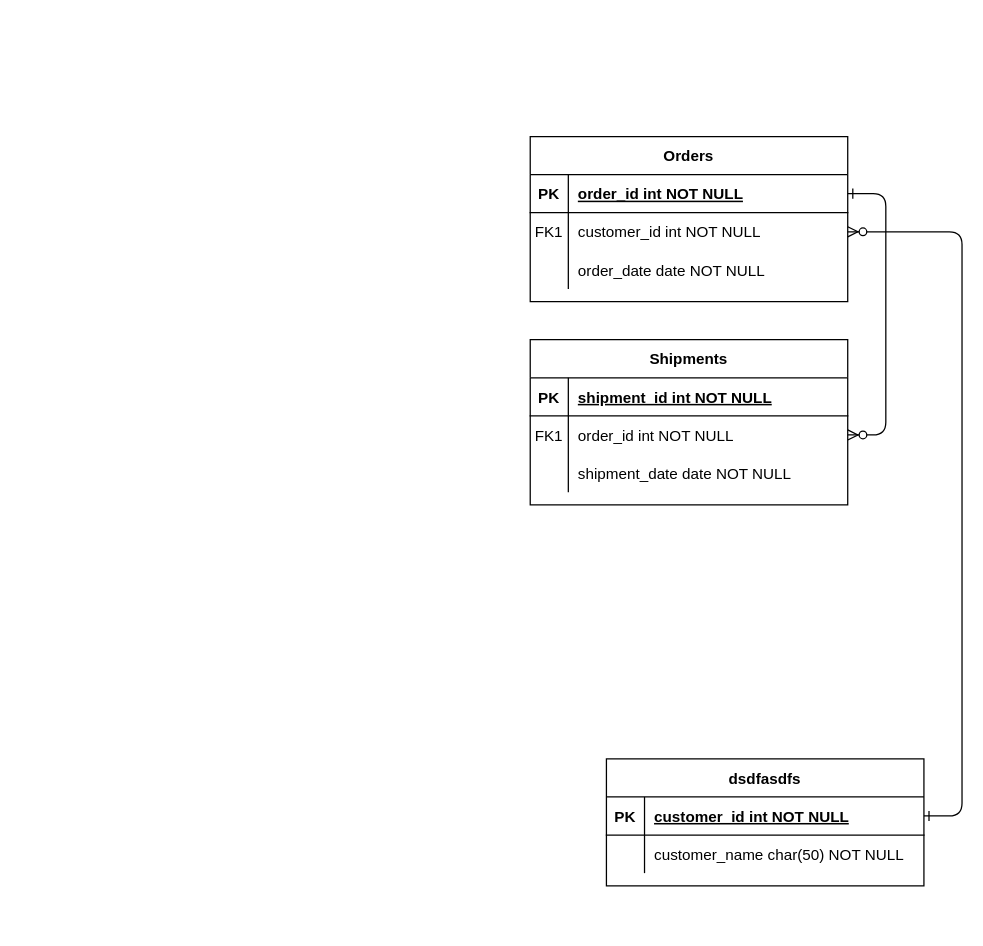
Earlier version of the draw.io diagram Untitled Diagram.drawio (ChristopherJPan/food-journey-1). Source tidied: cells renumbered, new cells numbered last; positions are measured from the earlier drawing's top-left corner, leaving out a move shared by most shapes. Both pictures are drawn from the tidied source at 127%, with x=0, y=0 at pixel (530, 136).
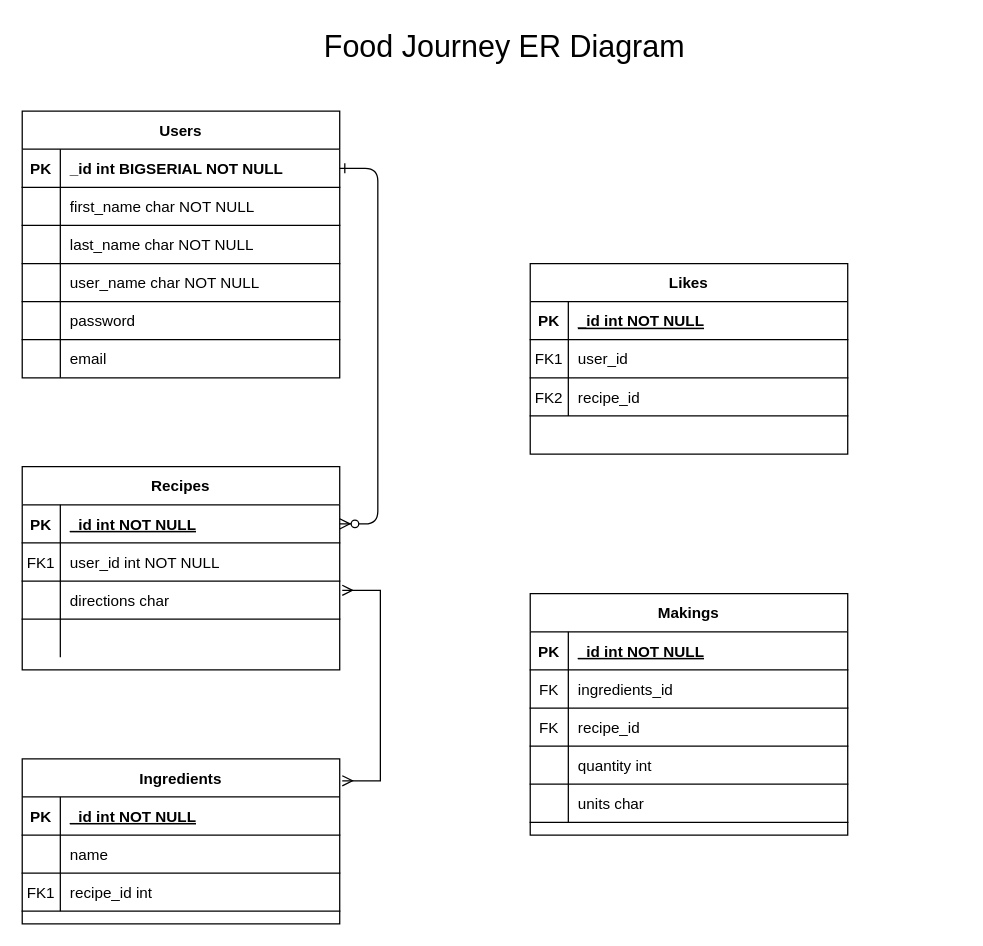
After the change.

Unchanged cells that the change refers to:
```xml
<mxCell id="5" style="shape=partialRectangle;fillColor=none;points=[[0,0.5],[1,0.5]];portConstraint=eastwest;top=0;left=0;right=0;bottom=1;" parent="4" vertex="1">
  <mxGeometry y="30" width="250" height="30" as="geometry" />
</mxCell>
<mxCell id="15" style="shape=partialRectangle;fillColor=none;top=0;left=0;right=0;bottom=1;" parent="14" vertex="1">
  <mxGeometry y="30" width="250" height="30" as="geometry" />
</mxCell>
<mxCell id="25" style="shape=partialRectangle;fillColor=none;points=[[0,0.5],[1,0.5]];portConstraint=eastwest;top=0;left=0;right=0;bottom=1;" parent="24" vertex="1">
  <mxGeometry y="30" width="250" height="30" as="geometry" />
</mxCell>
```

The edit, as a diff of the source:
```diff
@@
-    <mxCell id="2" style="edgeStyle=entityRelationEdgeStyle;endArrow=ERzeroToMany;startArrow=ERone;endFill=1;startFill=0;" parent="1" edge="1" source="25" target="8">
+    <mxCell id="2" style="edgeStyle=entityRelationEdgeStyle;endArrow=ERzeroToMany;startArrow=ERone;endFill=1;startFill=0;" parent="1" edge="1" source="25" target="5">
       <mxGeometry relative="1" as="geometry" />
     </mxCell>
-    <mxCell id="3" style="edgeStyle=entityRelationEdgeStyle;endArrow=ERzeroToMany;startArrow=ERone;endFill=1;startFill=0;" parent="1" edge="1" source="5" target="18">
-      <mxGeometry relative="1" as="geometry" />
-    </mxCell>
-    <mxCell id="4" value="Orders" style="shape=table;startSize=30;childLayout=tableLayout;rowLines=0;fontStyle=1;align=center;" parent="1" vertex="1">
-      <mxGeometry width="250" height="130" as="geometry" />
+    <mxCell id="4" value="Recipes" style="shape=table;startSize=30;childLayout=tableLayout;rowLines=0;fontStyle=1;align=center;" parent="1" vertex="1">
+      <mxGeometry x="-400" y="260" width="250" height="160" as="geometry" />
     </mxCell>
@@
-    <mxCell id="7" value="order_id int NOT NULL " style="shape=partialRectangle;overflow=hidden;fillColor=none;top=0;left=0;bottom=0;right=0;align=left;spacingLeft=6;fontStyle=5;" parent="5" vertex="1">
+    <mxCell id="7" value="_id int NOT NULL " style="shape=partialRectangle;overflow=hidden;fillColor=none;top=0;left=0;bottom=0;right=0;align=left;spacingLeft=6;fontStyle=5;" parent="5" vertex="1">
       <mxGeometry x="30" width="220" height="30" as="geometry" />
     </mxCell>
+    <mxCell id="31" style="shape=partialRectangle;fillColor=none;top=0;left=0;right=0;bottom=1;" parent="4" vertex="1">
+      <mxGeometry y="60" width="250" height="30" as="geometry" />
+    </mxCell>
+    <mxCell id="32" value="FK1" style="shape=partialRectangle;overflow=hidden;fillColor=none;top=0;left=0;bottom=0;right=0;fontStyle=0;" parent="31" vertex="1">
+      <mxGeometry width="30" height="30" as="geometry" />
+    </mxCell>
+    <mxCell id="33" value="user_id int NOT NULL" style="shape=partialRectangle;overflow=hidden;fillColor=none;top=0;left=0;bottom=0;right=0;align=left;spacingLeft=6;fontStyle=0;" parent="31" vertex="1">
+      <mxGeometry x="30" width="220" height="30" as="geometry" />
+    </mxCell>
+    <mxCell id="34" style="shape=partialRectangle;fillColor=none;points=[[0,0.5],[1,0.5]];portConstraint=eastwest;top=0;left=0;right=0;bottom=1;" parent="4" vertex="1">
+      <mxGeometry y="90" width="250" height="30" as="geometry" />
+    </mxCell>
+    <mxCell id="35" style="shape=partialRectangle;overflow=hidden;fillColor=none;top=0;left=0;bottom=0;right=0;fontStyle=1;" parent="34" vertex="1">
+      <mxGeometry width="30" height="30" as="geometry" />
+    </mxCell>
+    <mxCell id="36" value="directions char" style="shape=partialRectangle;overflow=hidden;fillColor=none;top=0;left=0;bottom=0;right=0;align=left;spacingLeft=6;fontStyle=0;" parent="34" vertex="1">
+      <mxGeometry x="30" width="220" height="30" as="geometry" />
+    </mxCell>
     <mxCell id="8" style="shape=partialRectangle;fillColor=none;points=[[0,0.5],[1,0.5]];portConstraint=eastwest;top=0;left=0;right=0;bottom=0;" parent="4" vertex="1">
-      <mxGeometry y="60" width="250" height="30" as="geometry" />
+      <mxGeometry y="120" width="250" height="30" as="geometry" />
     </mxCell>
-    <mxCell id="9" value="FK1" style="shape=partialRectangle;overflow=hidden;fillColor=none;top=0;left=0;bottom=0;right=0;" parent="8" vertex="1">
+    <mxCell id="9" style="shape=partialRectangle;overflow=hidden;fillColor=none;top=0;left=0;bottom=0;right=0;" parent="8" vertex="1">
       <mxGeometry width="30" height="30" as="geometry" />
     </mxCell>
-    <mxCell id="10" value="customer_id int NOT NULL" style="shape=partialRectangle;overflow=hidden;fillColor=none;top=0;left=0;bottom=0;right=0;align=left;spacingLeft=6;" parent="8" vertex="1">
+    <mxCell id="10" style="shape=partialRectangle;overflow=hidden;fillColor=none;top=0;left=0;bottom=0;right=0;align=left;spacingLeft=6;" parent="8" vertex="1">
       <mxGeometry x="30" width="220" height="30" as="geometry" />
     </mxCell>
-    <mxCell id="11" style="shape=partialRectangle;fillColor=none;top=0;left=0;right=0;bottom=0;" parent="4" vertex="1">
-      <mxGeometry y="90" width="250" height="30" as="geometry" />
-    </mxCell>
-    <mxCell id="12" style="shape=partialRectangle;overflow=hidden;fillColor=none;top=0;left=0;bottom=0;right=0;" parent="11" vertex="1">
-      <mxGeometry width="30" height="30" as="geometry" />
-    </mxCell>
-    <mxCell id="13" value="order_date date NOT NULL" style="shape=partialRectangle;overflow=hidden;fillColor=none;top=0;left=0;bottom=0;right=0;align=left;spacingLeft=6;" parent="11" vertex="1">
-      <mxGeometry x="30" width="220" height="30" as="geometry" />
-    </mxCell>
-    <mxCell id="14" value="Shipments" style="shape=table;startSize=30;childLayout=tableLayout;rowLines=0;fontStyle=1;align=center;" parent="1" vertex="1">
-      <mxGeometry y="160" width="250" height="130" as="geometry" />
+    <mxCell id="14" value="Ingredients" style="shape=table;startSize=30;childLayout=tableLayout;rowLines=0;fontStyle=1;align=center;" parent="1" vertex="1">
+      <mxGeometry x="-400" y="490" width="250" height="130" as="geometry" />
     </mxCell>
@@
-    <mxCell id="17" value="shipment_id int NOT NULL " style="shape=partialRectangle;overflow=hidden;fillColor=none;top=0;left=0;bottom=0;right=0;align=left;spacingLeft=6;fontStyle=5;" parent="15" vertex="1">
+    <mxCell id="17" value="_id int NOT NULL " style="shape=partialRectangle;overflow=hidden;fillColor=none;top=0;left=0;bottom=0;right=0;align=left;spacingLeft=6;fontStyle=5;" parent="15" vertex="1">
       <mxGeometry x="30" width="220" height="30" as="geometry" />
     </mxCell>
-    <mxCell id="18" style="shape=partialRectangle;fillColor=none;points=[[0,0.5],[1,0.5]];portConstraint=eastwest;top=0;left=0;right=0;bottom=0;" parent="14" vertex="1">
-      <mxGeometry y="60" width="250" height="30" as="geometry" />
-    </mxCell>
-    <mxCell id="19" value="FK1" style="shape=partialRectangle;overflow=hidden;fillColor=none;top=0;left=0;bottom=0;right=0;" parent="18" vertex="1">
-      <mxGeometry width="30" height="30" as="geometry" />
-    </mxCell>
-    <mxCell id="20" value="order_id int NOT NULL" style="shape=partialRectangle;overflow=hidden;fillColor=none;top=0;left=0;bottom=0;right=0;align=left;spacingLeft=6;" parent="18" vertex="1">
-      <mxGeometry x="30" width="220" height="30" as="geometry" />
-    </mxCell>
-    <mxCell id="21" style="shape=partialRectangle;fillColor=none;top=0;left=0;right=0;bottom=0;" parent="14" vertex="1">
-      <mxGeometry y="90" width="250" height="30" as="geometry" />
-    </mxCell>
-    <mxCell id="22" style="shape=partialRectangle;overflow=hidden;fillColor=none;top=0;left=0;bottom=0;right=0;" parent="21" vertex="1">
-      <mxGeometry width="30" height="30" as="geometry" />
-    </mxCell>
-    <mxCell id="23" value="shipment_date date NOT NULL" style="shape=partialRectangle;overflow=hidden;fillColor=none;top=0;left=0;bottom=0;right=0;align=left;spacingLeft=6;" parent="21" vertex="1">
-      <mxGeometry x="30" width="220" height="30" as="geometry" />
-    </mxCell>
+    <mxCell id="37" style="shape=partialRectangle;fillColor=none;top=0;left=0;right=0;bottom=1;fontStyle=1;" parent="14" vertex="1">
+      <mxGeometry y="60" width="250" height="30" as="geometry" />
+    </mxCell>
+    <mxCell id="38" style="shape=partialRectangle;overflow=hidden;fillColor=none;top=0;left=0;bottom=0;right=0;fontStyle=1;" parent="37" vertex="1">
+      <mxGeometry width="30" height="30" as="geometry" />
+    </mxCell>
+    <mxCell id="39" value="name" style="shape=partialRectangle;overflow=hidden;fillColor=none;top=0;left=0;bottom=0;right=0;align=left;spacingLeft=6;fontStyle=0;" parent="37" vertex="1">
+      <mxGeometry x="30" width="220" height="30" as="geometry" />
+    </mxCell>
+    <mxCell id="40" style="shape=partialRectangle;fillColor=none;top=0;left=0;right=0;bottom=1;" parent="14" vertex="1">
+      <mxGeometry y="90" width="250" height="30" as="geometry" />
+    </mxCell>
+    <mxCell id="41" value="FK1" style="shape=partialRectangle;overflow=hidden;fillColor=none;top=0;left=0;bottom=0;right=0;fontStyle=0;" parent="40" vertex="1">
+      <mxGeometry width="30" height="30" as="geometry" />
+    </mxCell>
+    <mxCell id="42" value="recipe_id int" style="shape=partialRectangle;overflow=hidden;fillColor=none;top=0;left=0;bottom=0;right=0;align=left;spacingLeft=6;fontStyle=0;" parent="40" vertex="1">
+      <mxGeometry x="30" width="220" height="30" as="geometry" />
+    </mxCell>
-    <mxCell id="24" value="dsdfasdfs" style="shape=table;startSize=30;childLayout=tableLayout;rowLines=0;fontStyle=1;align=center;" parent="1" vertex="1">
-      <mxGeometry x="60" y="490" width="250" height="100" as="geometry" />
+    <mxCell id="24" value="Users" style="shape=table;startSize=30;childLayout=tableLayout;rowLines=0;fontStyle=1;align=center;" parent="1" vertex="1">
+      <mxGeometry x="-400" y="-20" width="250" height="210" as="geometry" />
     </mxCell>
@@
-    <mxCell id="27" value="customer_id int NOT NULL " style="shape=partialRectangle;overflow=hidden;fillColor=none;top=0;left=0;bottom=0;right=0;align=left;spacingLeft=6;fontStyle=5;" parent="25" vertex="1">
+    <mxCell id="27" value="_id int BIGSERIAL NOT NULL" style="shape=partialRectangle;overflow=hidden;fillColor=none;top=0;left=0;bottom=0;right=0;align=left;spacingLeft=6;fontStyle=1;" parent="25" vertex="1">
       <mxGeometry x="30" width="220" height="30" as="geometry" />
     </mxCell>
+    <mxCell id="43" style="shape=partialRectangle;fillColor=none;top=0;left=0;right=0;bottom=1;" parent="24" vertex="1">
+      <mxGeometry y="60" width="250" height="30" as="geometry" />
+    </mxCell>
+    <mxCell id="44" style="shape=partialRectangle;overflow=hidden;fillColor=none;top=0;left=0;bottom=0;right=0;fontStyle=1;" parent="43" vertex="1">
+      <mxGeometry width="30" height="30" as="geometry" />
+    </mxCell>
+    <mxCell id="45" value="first_name char NOT NULL" style="shape=partialRectangle;overflow=hidden;fillColor=none;top=0;left=0;bottom=0;right=0;align=left;spacingLeft=6;fontStyle=0;" parent="43" vertex="1">
+      <mxGeometry x="30" width="220" height="30" as="geometry" />
+    </mxCell>
+    <mxCell id="46" style="shape=partialRectangle;fillColor=none;top=0;left=0;right=0;bottom=1;" parent="24" vertex="1">
+      <mxGeometry y="90" width="250" height="30" as="geometry" />
+    </mxCell>
+    <mxCell id="47" style="shape=partialRectangle;overflow=hidden;fillColor=none;top=0;left=0;bottom=0;right=0;fontStyle=1;" parent="46" vertex="1">
+      <mxGeometry width="30" height="30" as="geometry" />
+    </mxCell>
+    <mxCell id="48" value="last_name char NOT NULL" style="shape=partialRectangle;overflow=hidden;fillColor=none;top=0;left=0;bottom=0;right=0;align=left;spacingLeft=6;fontStyle=0;" parent="46" vertex="1">
+      <mxGeometry x="30" width="220" height="30" as="geometry" />
+    </mxCell>
+    <mxCell id="49" style="shape=partialRectangle;fillColor=none;top=0;left=0;right=0;bottom=1;" parent="24" vertex="1">
+      <mxGeometry y="120" width="250" height="30" as="geometry" />
+    </mxCell>
+    <mxCell id="50" style="shape=partialRectangle;overflow=hidden;fillColor=none;top=0;left=0;bottom=0;right=0;fontStyle=1;" parent="49" vertex="1">
+      <mxGeometry width="30" height="30" as="geometry" />
+    </mxCell>
+    <mxCell id="51" value="user_name char NOT NULL" style="shape=partialRectangle;overflow=hidden;fillColor=none;top=0;left=0;bottom=0;right=0;align=left;spacingLeft=6;fontStyle=0;" parent="49" vertex="1">
+      <mxGeometry x="30" width="220" height="30" as="geometry" />
+    </mxCell>
+    <mxCell id="52" style="shape=partialRectangle;fillColor=none;top=0;left=0;right=0;bottom=1;" parent="24" vertex="1">
+      <mxGeometry y="150" width="250" height="30" as="geometry" />
+    </mxCell>
+    <mxCell id="53" style="shape=partialRectangle;overflow=hidden;fillColor=none;top=0;left=0;bottom=0;right=0;fontStyle=1;" parent="52" vertex="1">
+      <mxGeometry width="30" height="30" as="geometry" />
+    </mxCell>
+    <mxCell id="54" value="password" style="shape=partialRectangle;overflow=hidden;fillColor=none;top=0;left=0;bottom=0;right=0;align=left;spacingLeft=6;fontStyle=0;" parent="52" vertex="1">
+      <mxGeometry x="30" width="220" height="30" as="geometry" />
+    </mxCell>
     <mxCell id="28" style="shape=partialRectangle;fillColor=none;top=0;left=0;right=0;bottom=0;" parent="24" vertex="1">
-      <mxGeometry y="60" width="250" height="30" as="geometry" />
+      <mxGeometry y="180" width="250" height="30" as="geometry" />
     </mxCell>
@@
-    <mxCell id="30" value="customer_name char(50) NOT NULL" style="shape=partialRectangle;overflow=hidden;fillColor=none;top=0;left=0;bottom=0;right=0;align=left;spacingLeft=6;" parent="28" vertex="1">
+    <mxCell id="30" value="email" style="shape=partialRectangle;overflow=hidden;fillColor=none;top=0;left=0;bottom=0;right=0;align=left;spacingLeft=6;" parent="28" vertex="1">
       <mxGeometry x="30" width="220" height="30" as="geometry" />
     </mxCell>
+    <mxCell id="55" value="Likes" style="shape=table;startSize=30;childLayout=tableLayout;rowLines=0;fontStyle=1;align=center;" parent="1" vertex="1">
+      <mxGeometry y="100" width="250" height="150" as="geometry" />
+    </mxCell>
+    <mxCell id="56" style="shape=partialRectangle;fillColor=none;top=0;left=0;right=0;bottom=1;" parent="55" vertex="1">
+      <mxGeometry y="30" width="250" height="30" as="geometry" />
+    </mxCell>
+    <mxCell id="57" value="PK" style="shape=partialRectangle;overflow=hidden;fillColor=none;top=0;left=0;bottom=0;right=0;fontStyle=1;" parent="56" vertex="1">
+      <mxGeometry width="30" height="30" as="geometry" />
+    </mxCell>
+    <mxCell id="58" value="_id int NOT NULL " style="shape=partialRectangle;overflow=hidden;fillColor=none;top=0;left=0;bottom=0;right=0;align=left;spacingLeft=6;fontStyle=5;" parent="56" vertex="1">
+      <mxGeometry x="30" width="220" height="30" as="geometry" />
+    </mxCell>
+    <mxCell id="59" style="shape=partialRectangle;fillColor=none;top=0;left=0;right=0;bottom=1;" parent="55" vertex="1">
+      <mxGeometry y="60" width="250" height="30" as="geometry" />
+    </mxCell>
+    <mxCell id="60" value="FK1" style="shape=partialRectangle;overflow=hidden;fillColor=none;top=0;left=0;bottom=0;right=0;fontStyle=0;" parent="59" vertex="1">
+      <mxGeometry width="30" height="30" as="geometry" />
+    </mxCell>
+    <mxCell id="61" value="user_id" style="shape=partialRectangle;overflow=hidden;fillColor=none;top=0;left=0;bottom=0;right=0;align=left;spacingLeft=6;fontStyle=0;" parent="59" vertex="1">
+      <mxGeometry x="30" width="220" height="30" as="geometry" />
+    </mxCell>
+    <mxCell id="62" style="shape=partialRectangle;fillColor=none;top=0;left=0;right=0;bottom=1;" parent="55" vertex="1">
+      <mxGeometry y="90" width="250" height="30" as="geometry" />
+    </mxCell>
+    <mxCell id="63" value="FK2" style="shape=partialRectangle;overflow=hidden;fillColor=none;top=0;left=0;bottom=0;right=0;fontStyle=0;" parent="62" vertex="1">
+      <mxGeometry width="30" height="30" as="geometry" />
+    </mxCell>
+    <mxCell id="64" value="recipe_id" style="shape=partialRectangle;overflow=hidden;fillColor=none;top=0;left=0;bottom=0;right=0;align=left;spacingLeft=6;fontStyle=0;" parent="62" vertex="1">
+      <mxGeometry x="30" width="220" height="30" as="geometry" />
+    </mxCell>
+    <mxCell id="65" value="Makings" style="shape=table;startSize=30;childLayout=tableLayout;rowLines=0;fontStyle=1;align=center;" parent="1" vertex="1">
+      <mxGeometry y="360" width="250" height="190" as="geometry" />
+    </mxCell>
+    <mxCell id="66" style="shape=partialRectangle;fillColor=none;top=0;left=0;right=0;bottom=1;" parent="65" vertex="1">
+      <mxGeometry y="30" width="250" height="30" as="geometry" />
+    </mxCell>
+    <mxCell id="67" value="PK" style="shape=partialRectangle;overflow=hidden;fillColor=none;top=0;left=0;bottom=0;right=0;fontStyle=1;" parent="66" vertex="1">
+      <mxGeometry width="30" height="30" as="geometry" />
+    </mxCell>
+    <mxCell id="68" value="_id int NOT NULL " style="shape=partialRectangle;overflow=hidden;fillColor=none;top=0;left=0;bottom=0;right=0;align=left;spacingLeft=6;fontStyle=5;" parent="66" vertex="1">
+      <mxGeometry x="30" width="220" height="30" as="geometry" />
+    </mxCell>
+    <mxCell id="69" style="shape=partialRectangle;fillColor=none;top=0;left=0;right=0;bottom=1;" parent="65" vertex="1">
+      <mxGeometry y="60" width="250" height="30" as="geometry" />
+    </mxCell>
+    <mxCell id="70" value="FK" style="shape=partialRectangle;overflow=hidden;fillColor=none;top=0;left=0;bottom=0;right=0;fontStyle=0;" parent="69" vertex="1">
+      <mxGeometry width="30" height="30" as="geometry" />
+    </mxCell>
+    <mxCell id="71" value="ingredients_id" style="shape=partialRectangle;overflow=hidden;fillColor=none;top=0;left=0;bottom=0;right=0;align=left;spacingLeft=6;fontStyle=0;" parent="69" vertex="1">
+      <mxGeometry x="30" width="220" height="30" as="geometry" />
+    </mxCell>
+    <mxCell id="72" style="shape=partialRectangle;fillColor=none;top=0;left=0;right=0;bottom=1;" parent="65" vertex="1">
+      <mxGeometry y="90" width="250" height="30" as="geometry" />
+    </mxCell>
+    <mxCell id="73" value="FK" style="shape=partialRectangle;overflow=hidden;fillColor=none;top=0;left=0;bottom=0;right=0;fontStyle=0;" parent="72" vertex="1">
+      <mxGeometry width="30" height="30" as="geometry" />
+    </mxCell>
+    <mxCell id="74" value="recipe_id" style="shape=partialRectangle;overflow=hidden;fillColor=none;top=0;left=0;bottom=0;right=0;align=left;spacingLeft=6;fontStyle=0;" parent="72" vertex="1">
+      <mxGeometry x="30" width="220" height="30" as="geometry" />
+    </mxCell>
+    <mxCell id="75" style="shape=partialRectangle;fillColor=none;top=0;left=0;right=0;bottom=1;" parent="65" vertex="1">
+      <mxGeometry y="120" width="250" height="30" as="geometry" />
+    </mxCell>
+    <mxCell id="76" style="shape=partialRectangle;overflow=hidden;fillColor=none;top=0;left=0;bottom=0;right=0;fontStyle=0;" parent="75" vertex="1">
+      <mxGeometry width="30" height="30" as="geometry" />
+    </mxCell>
+    <mxCell id="77" value="quantity int" style="shape=partialRectangle;overflow=hidden;fillColor=none;top=0;left=0;bottom=0;right=0;align=left;spacingLeft=6;fontStyle=0;" parent="75" vertex="1">
+      <mxGeometry x="30" width="220" height="30" as="geometry" />
+    </mxCell>
+    <mxCell id="78" style="shape=partialRectangle;fillColor=none;top=0;left=0;right=0;bottom=1;" parent="65" vertex="1">
+      <mxGeometry y="150" width="250" height="30" as="geometry" />
+    </mxCell>
+    <mxCell id="79" style="shape=partialRectangle;overflow=hidden;fillColor=none;top=0;left=0;bottom=0;right=0;fontStyle=0;" parent="78" vertex="1">
+      <mxGeometry width="30" height="30" as="geometry" />
+    </mxCell>
+    <mxCell id="80" value="units char" style="shape=partialRectangle;overflow=hidden;fillColor=none;top=0;left=0;bottom=0;right=0;align=left;spacingLeft=6;fontStyle=0;" parent="78" vertex="1">
+      <mxGeometry x="30" width="220" height="30" as="geometry" />
+    </mxCell>
+    <mxCell id="81" style="edgeStyle=entityRelationEdgeStyle;fontSize=12;html=1;endArrow=ERmany;startArrow=ERmany;rounded=0;entryX=1.008;entryY=0.244;entryDx=0;entryDy=0;entryPerimeter=0;exitX=1.008;exitY=0.133;exitDx=0;exitDy=0;exitPerimeter=0;" parent="1" edge="1" source="14" target="34">
+      <mxGeometry relative="1" as="geometry" />
+    </mxCell>
+    <mxCell id="82" value="&lt;font style=&quot;font-size: 24px&quot;&gt;Food Journey ER Diagram&lt;/font&gt;" style="text;html=1;strokeColor=none;fillColor=none;align=center;verticalAlign=middle;whiteSpace=wrap;rounded=0;" parent="1" vertex="1">
+      <mxGeometry x="-220" y="-90" width="400" height="40" as="geometry" />
+    </mxCell>
```
